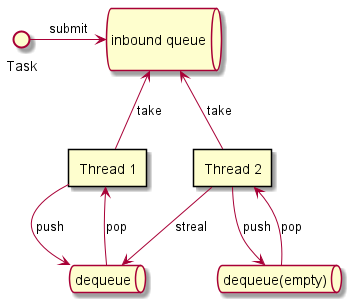
This is img/java/concept_parallelstream_forkjoin_2.png from windowforsun/blog, a PlantUML export, as it was before one commit.
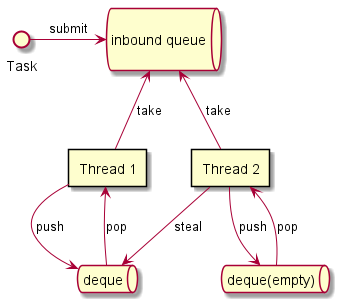
After the commit.

Diff of the diagram source:
```diff
@@ -8,11 +8,11 @@
 
 rectangle "Thread 1" as th1
 
-queue "dequeue" as d1
+queue "deque" as d1
 
 rectangle "Thread 2" as th2
 
-queue "dequeue(empty)" as d2
+queue "deque(empty)" as d2
 
 th1 -u-> iq :take
 th2 -u-> iq :take
@@ -22,7 +22,7 @@
 th2 --> d2 :push
 th2 <-- d2 :pop
 
-th2 --> d1: streal
+th2 --> d1: steal
 
 
 
```
